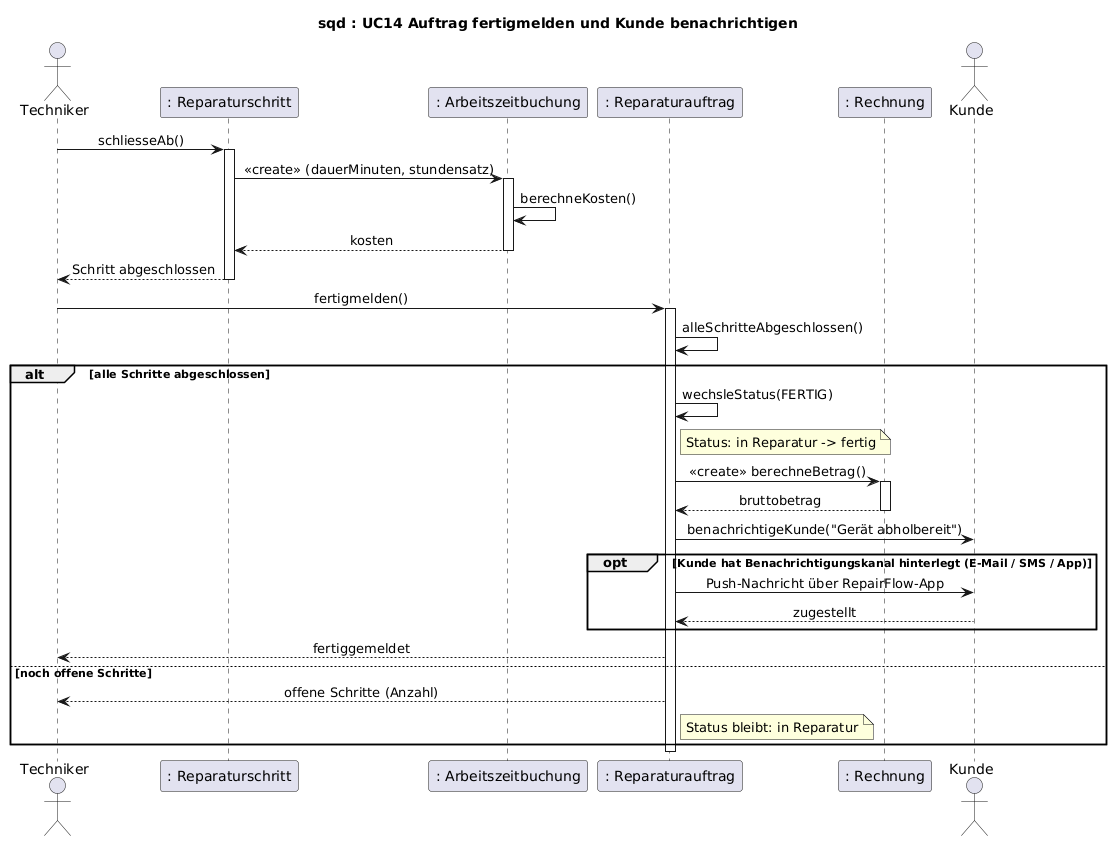
The PlantUML diagram uml/sequenz-04-fertigmeldung.png in jakobschwan123-cmd/casestudy-semester-3, before a commit.
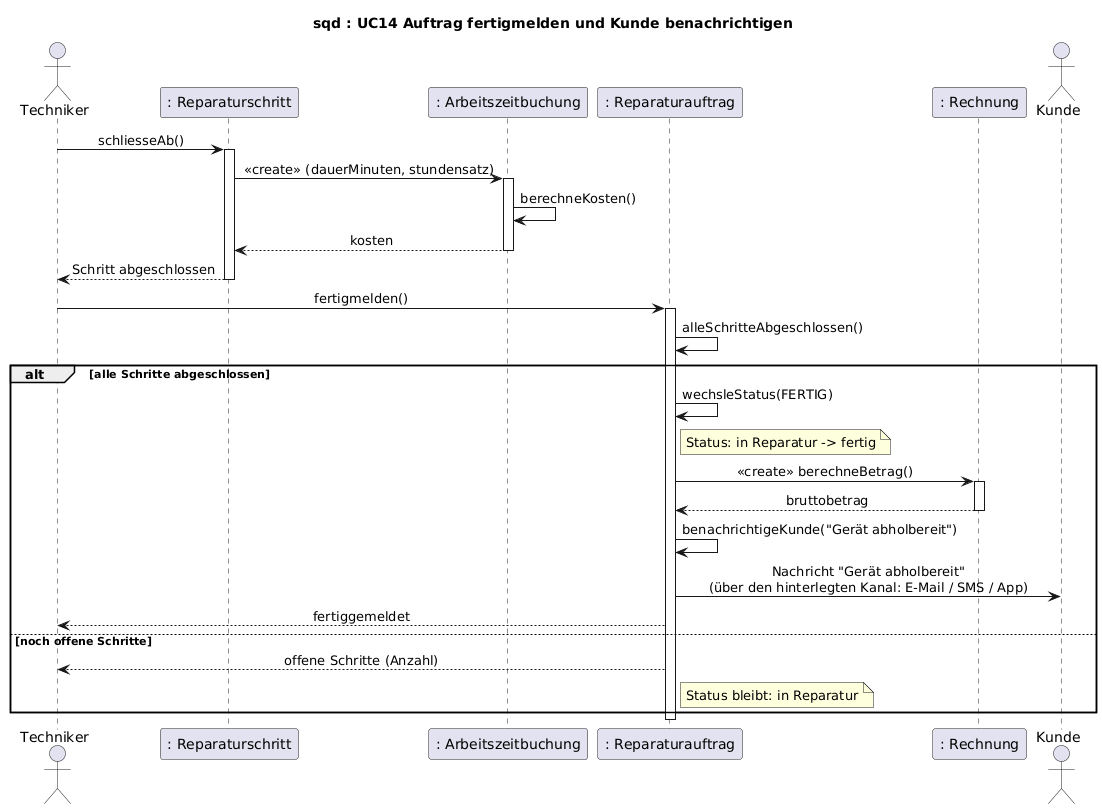
The same file after the commit.

Change to the diagram source:
```diff
@@ -29,11 +29,8 @@
     activate RE
     RE --> RA : bruttobetrag
     deactivate RE
-    RA -> Kunde : benachrichtigeKunde("Gerät abholbereit")
-    opt Kunde hat Benachrichtigungskanal hinterlegt (E-Mail / SMS / App)
-        RA -> Kunde : Push-Nachricht über RepairFlow-App
-        Kunde --> RA : zugestellt
-    end
+    RA -> RA : benachrichtigeKunde("Gerät abholbereit")
+    RA -> Kunde : Nachricht "Gerät abholbereit"\n(über den hinterlegten Kanal: E-Mail / SMS / App)
     RA --> Techniker : fertiggemeldet
 else noch offene Schritte
     RA --> Techniker : offene Schritte (Anzahl)
```
